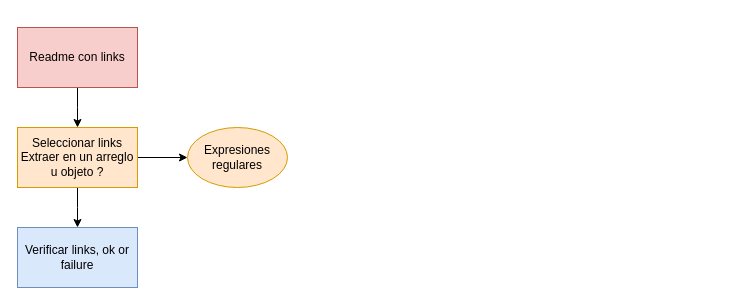
This is Untitled Diagram.drawio from ccnarvaez/SCL016-md-link, a draw.io file, before an edit. Source tidied: cells renumbered, new cells numbered last; positions are measured from the earlier drawing's top-left corner, leaving out a move shared by most shapes. Both pictures are drawn from the tidied source at 100%, with x=0, y=0 at pixel (17, 27).
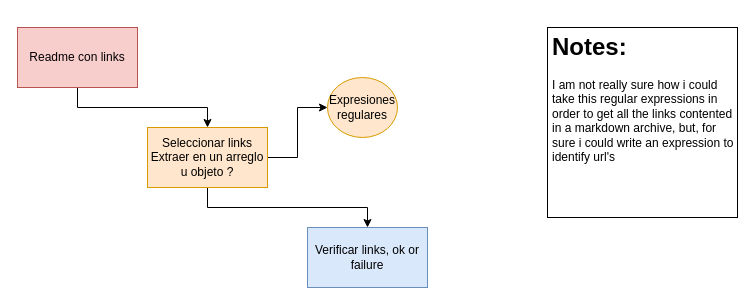
The same diagram, later.

What changed in the source:
```diff
@@
 <mxGraphModel>
   <root>
     <mxCell id="0" />
     <mxCell id="1" parent="0" />
-    <mxCell id="2" style="edgeStyle=orthogonalEdgeStyle;rounded=0;jettySize=auto;html=1;exitX=0.5;exitY=1;exitDx=0;exitDy=0;" parent="1" edge="1" source="3">
-      <mxGeometry relative="1" as="geometry">
-        <mxPoint x="60" y="100" as="targetPoint" />
-      </mxGeometry>
+    <mxCell id="2" style="edgeStyle=orthogonalEdgeStyle;rounded=0;jettySize=auto;html=1;exitX=0.5;exitY=1;exitDx=0;exitDy=0;" parent="1" edge="1" source="3" target="6">
+      <mxGeometry relative="1" as="geometry" />
     </mxCell>
     <mxCell id="3" value="Readme con links" style="rounded=0;whiteSpace=wrap;html=1;fillColor=#f8cecc;strokeColor=#b85450;" parent="1" vertex="1">
       <mxGeometry width="120" height="60" as="geometry" />
     </mxCell>
-    <mxCell id="4" style="edgeStyle=orthogonalEdgeStyle;rounded=0;jettySize=auto;html=1;exitX=0.5;exitY=1;exitDx=0;exitDy=0;" parent="1" edge="1" source="6">
-      <mxGeometry relative="1" as="geometry">
-        <mxPoint x="60" y="200" as="targetPoint" />
-      </mxGeometry>
+    <mxCell id="4" style="edgeStyle=orthogonalEdgeStyle;rounded=0;jettySize=auto;html=1;exitX=0.5;exitY=1;exitDx=0;exitDy=0;" parent="1" edge="1" source="6" target="7">
+      <mxGeometry relative="1" as="geometry" />
     </mxCell>
     <mxCell id="5" style="edgeStyle=orthogonalEdgeStyle;rounded=0;jettySize=auto;html=1;exitX=1;exitY=0.5;exitDx=0;exitDy=0;" parent="1" edge="1" source="6" target="8">
       <mxGeometry relative="1" as="geometry" />
     </mxCell>
     <mxCell id="6" value="Seleccionar links Extraer en un arreglo u objeto ?" style="rounded=0;whiteSpace=wrap;html=1;fillColor=#ffe6cc;strokeColor=#d79b00;" parent="1" vertex="1">
-      <mxGeometry y="100" width="120" height="60" as="geometry" />
+      <mxGeometry x="130" y="100" width="120" height="60" as="geometry" />
     </mxCell>
     <mxCell id="7" value="Verificar links, ok or failure" style="rounded=0;whiteSpace=wrap;html=1;fillColor=#dae8fc;strokeColor=#6c8ebf;" parent="1" vertex="1">
-      <mxGeometry y="200" width="120" height="60" as="geometry" />
+      <mxGeometry x="290" y="200" width="120" height="60" as="geometry" />
     </mxCell>
     <mxCell id="8" value="Expresiones regulares" style="ellipse;whiteSpace=wrap;html=1;fillColor=#ffe6cc;strokeColor=#d79b00;" parent="1" vertex="1">
-      <mxGeometry x="170" y="100" width="100" height="60" as="geometry" />
+      <mxGeometry x="310" y="50" width="70" height="60" as="geometry" />
     </mxCell>
+    <mxCell id="9" value="&lt;h1&gt;Notes:&lt;/h1&gt;&lt;div&gt;I am not really sure how i could take this regular expressions in order to get all the links contented in a markdown archive, but, for sure i could write an expression to identify url's&lt;/div&gt;" style="text;html=1;spacing=5;spacingTop=-20;whiteSpace=wrap;overflow=hidden;rounded=0;strokeColor=#000000;" parent="1" vertex="1">
+      <mxGeometry x="530" width="190" height="190" as="geometry" />
+    </mxCell>
   </root>
 </mxGraphModel>
```
